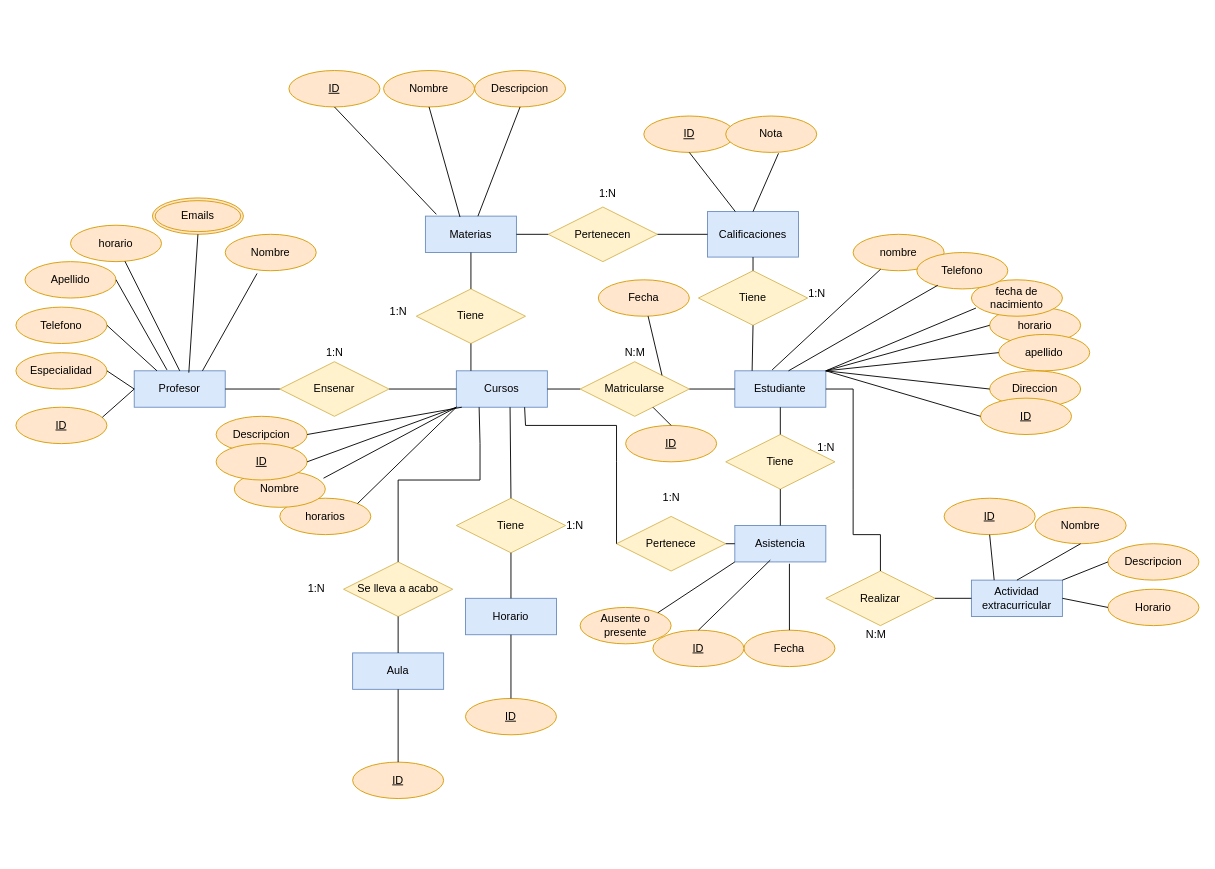
JVC0/Base-Datos keeps this draw.io diagram as Unidad1/Tareas/Tarea evaluada/Diagrama sin título.drawio. Above is the earlier version. Source tidied: cells renumbered, new cells numbered last; positions are measured from the earlier drawing's top-left corner, leaving out a move shared by most shapes. Both pictures are drawn from the tidied source at 91%, with x=0, y=0 at pixel (15, 70).
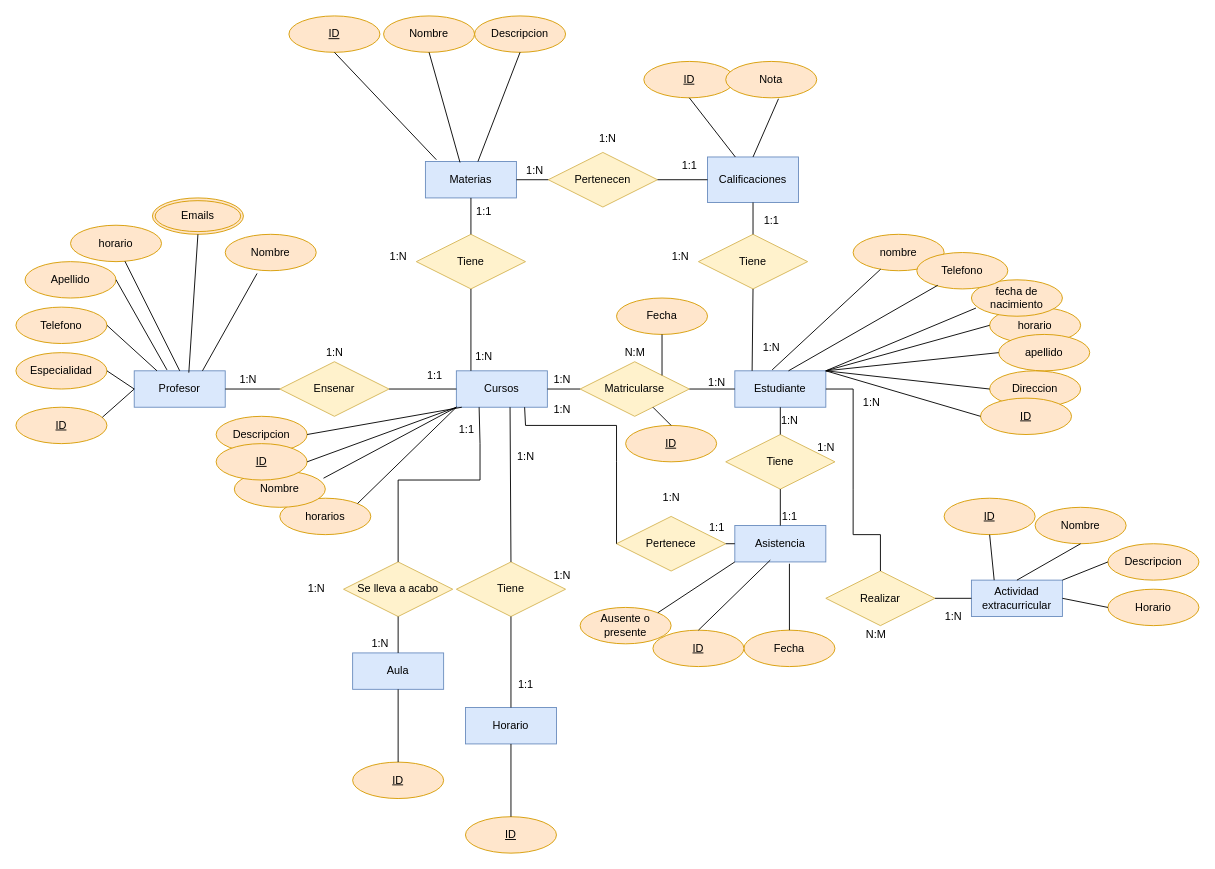
Above is the later version.

What changed in the source:
```diff
@@
     <mxCell id="4" value="Calificaciones" style="whiteSpace=wrap;html=1;align=center;fillColor=#dae8fc;strokeColor=#6c8ebf;" parent="1" vertex="1">
-      <mxGeometry x="760" y="155" width="100" height="50" as="geometry" />
+      <mxGeometry x="760" y="95" width="100" height="50" as="geometry" />
     </mxCell>
     <mxCell id="5" value="Materias" style="whiteSpace=wrap;html=1;align=center;fillColor=#dae8fc;strokeColor=#6c8ebf;" parent="1" vertex="1">
-      <mxGeometry x="450" y="160" width="100" height="40" as="geometry" />
+      <mxGeometry x="450" y="100" width="100" height="40" as="geometry" />
     </mxCell>
@@
     <mxCell id="11" value="Tiene" style="shape=rhombus;perimeter=rhombusPerimeter;whiteSpace=wrap;html=1;align=center;fillColor=#fff2cc;strokeColor=#d6b656;" parent="1" vertex="1">
-      <mxGeometry x="440" y="240" width="120" height="60" as="geometry" />
+      <mxGeometry x="440" y="180" width="120" height="60" as="geometry" />
     </mxCell>
@@
     <mxCell id="14" value="Tiene" style="shape=rhombus;perimeter=rhombusPerimeter;whiteSpace=wrap;html=1;align=center;fillColor=#fff2cc;strokeColor=#d6b656;" parent="1" vertex="1">
-      <mxGeometry x="484" y="470" width="120" height="60" as="geometry" />
+      <mxGeometry x="484" y="540" width="120" height="60" as="geometry" />
     </mxCell>
     <mxCell id="15" value="Horario" style="whiteSpace=wrap;html=1;align=center;fillColor=#dae8fc;strokeColor=#6c8ebf;" parent="1" vertex="1">
-      <mxGeometry x="494" y="580" width="100" height="40" as="geometry" />
+      <mxGeometry x="494" y="700" width="100" height="40" as="geometry" />
     </mxCell>
     <mxCell id="16" value="Tiene" style="shape=rhombus;perimeter=rhombusPerimeter;whiteSpace=wrap;html=1;align=center;fillColor=#fff2cc;strokeColor=#d6b656;" parent="1" vertex="1">
-      <mxGeometry x="750" y="220" width="120" height="60" as="geometry" />
+      <mxGeometry x="750" y="180" width="120" height="60" as="geometry" />
     </mxCell>
@@
     <mxCell id="22" value="Pertenecen" style="shape=rhombus;perimeter=rhombusPerimeter;whiteSpace=wrap;html=1;align=center;fillColor=#fff2cc;strokeColor=#d6b656;" parent="1" vertex="1">
-      <mxGeometry x="585" y="150" width="120" height="60" as="geometry" />
+      <mxGeometry x="585" y="90" width="120" height="60" as="geometry" />
     </mxCell>
@@
-    <mxCell id="26" style="endArrow=none;html=1;rounded=0;entryX=0.5;entryY=1;entryDx=0;entryDy=0;" parent="1" edge="1" source="11" target="5">
-      <mxGeometry relative="1" as="geometry" />
+    <mxCell id="26" style="endArrow=none;html=1;rounded=0;entryX=0.5;entryY=1;entryDx=0;entryDy=0;" parent="1" edge="1" target="5">
+      <mxGeometry relative="1" as="geometry">
+        <mxPoint x="500" y="180" as="sourcePoint" />
+      </mxGeometry>
     </mxCell>
@@
     <mxCell id="46" value="Fecha" style="ellipse;whiteSpace=wrap;html=1;align=center;fillColor=#ffe6cc;strokeColor=#d79b00;" parent="1" vertex="1">
-      <mxGeometry x="640" y="230" width="100" height="40" as="geometry" />
+      <mxGeometry x="660" y="250" width="100" height="40" as="geometry" />
     </mxCell>
@@
     <mxCell id="57" value="ID" style="ellipse;whiteSpace=wrap;html=1;align=center;fontStyle=4;fillColor=#ffe6cc;strokeColor=#d79b00;" parent="1" vertex="1">
-      <mxGeometry x="300" width="100" height="40" as="geometry" />
+      <mxGeometry x="300" y="-60" width="100" height="40" as="geometry" />
     </mxCell>
     <mxCell id="58" value="Nombre" style="ellipse;whiteSpace=wrap;html=1;align=center;fillColor=#ffe6cc;strokeColor=#d79b00;" parent="1" vertex="1">
-      <mxGeometry x="404" width="100" height="40" as="geometry" />
+      <mxGeometry x="404" y="-60" width="100" height="40" as="geometry" />
     </mxCell>
     <mxCell id="59" value="Descripcion" style="ellipse;whiteSpace=wrap;html=1;align=center;fillColor=#ffe6cc;strokeColor=#d79b00;" parent="1" vertex="1">
-      <mxGeometry x="504" width="100" height="40" as="geometry" />
+      <mxGeometry x="504" y="-60" width="100" height="40" as="geometry" />
     </mxCell>
@@
     <mxCell id="85" value="ID" style="ellipse;whiteSpace=wrap;html=1;align=center;fontStyle=4;fillColor=#ffe6cc;strokeColor=#d79b00;" parent="1" vertex="1">
-      <mxGeometry x="690" y="50" width="100" height="40" as="geometry" />
+      <mxGeometry x="690" y="-10" width="100" height="40" as="geometry" />
     </mxCell>
     <mxCell id="86" value="Nota" style="ellipse;whiteSpace=wrap;html=1;align=center;fillColor=#ffe6cc;strokeColor=#d79b00;" parent="1" vertex="1">
-      <mxGeometry x="780" y="50" width="100" height="40" as="geometry" />
+      <mxGeometry x="780" y="-10" width="100" height="40" as="geometry" />
     </mxCell>
@@
     <mxCell id="102" value="ID" style="ellipse;whiteSpace=wrap;html=1;align=center;fontStyle=4;fillColor=#ffe6cc;strokeColor=#d79b00;" parent="1" vertex="1">
-      <mxGeometry x="494" y="690" width="100" height="40" as="geometry" />
+      <mxGeometry x="494" y="820" width="100" height="40" as="geometry" />
     </mxCell>
@@
     <mxCell id="108" value="1:N" style="text;html=1;align=center;verticalAlign=middle;strokeColor=none;fillColor=none;" parent="1" vertex="1">
-      <mxGeometry x="400" y="250" width="40" height="30" as="geometry" />
+      <mxGeometry x="400" y="190" width="40" height="30" as="geometry" />
     </mxCell>
@@
     <mxCell id="110" value="1:N" style="text;html=1;align=center;verticalAlign=middle;strokeColor=none;fillColor=none;" parent="1" vertex="1">
-      <mxGeometry x="594" y="485" width="40" height="30" as="geometry" />
+      <mxGeometry x="580" y="540" width="40" height="30" as="geometry" />
     </mxCell>
     <mxCell id="111" value="1:N" style="text;html=1;align=center;verticalAlign=middle;strokeColor=none;fillColor=none;" parent="1" vertex="1">
-      <mxGeometry x="860" y="230" width="40" height="30" as="geometry" />
+      <mxGeometry x="810" y="290" width="40" height="30" as="geometry" />
     </mxCell>
@@
     <mxCell id="113" value="1:N" style="text;html=1;align=center;verticalAlign=middle;strokeColor=none;fillColor=none;" parent="1" vertex="1">
-      <mxGeometry x="630" y="120" width="40" height="30" as="geometry" />
+      <mxGeometry x="630" y="60" width="40" height="30" as="geometry" />
     </mxCell>
@@
+    <mxCell id="119" value="1:N" style="text;html=1;align=center;verticalAlign=middle;strokeColor=none;fillColor=none;" parent="1" vertex="1">
+      <mxGeometry x="750" y="328" width="40" height="30" as="geometry" />
+    </mxCell>
+    <mxCell id="120" value="1:N" style="text;html=1;align=center;verticalAlign=middle;strokeColor=none;fillColor=none;" parent="1" vertex="1">
+      <mxGeometry x="580" y="325" width="40" height="30" as="geometry" />
+    </mxCell>
+    <mxCell id="121" value="1:N" style="text;html=1;align=center;verticalAlign=middle;strokeColor=none;fillColor=none;" parent="1" vertex="1">
+      <mxGeometry x="235" y="325" width="40" height="30" as="geometry" />
+    </mxCell>
+    <mxCell id="122" value="1:1" style="text;html=1;align=center;verticalAlign=middle;strokeColor=none;fillColor=none;" parent="1" vertex="1">
+      <mxGeometry x="440" y="320" width="40" height="30" as="geometry" />
+    </mxCell>
+    <mxCell id="123" value="1:N" style="text;html=1;align=center;verticalAlign=middle;strokeColor=none;fillColor=none;" parent="1" vertex="1">
+      <mxGeometry x="494" y="300" width="40" height="30" as="geometry" />
+    </mxCell>
+    <mxCell id="124" value="1:1" style="text;html=1;align=center;verticalAlign=middle;strokeColor=none;fillColor=none;" parent="1" vertex="1">
+      <mxGeometry x="494" y="140" width="40" height="30" as="geometry" />
+    </mxCell>
+    <mxCell id="125" value="1:1" style="text;html=1;align=center;verticalAlign=middle;strokeColor=none;fillColor=none;" parent="1" vertex="1">
+      <mxGeometry x="475" y="380" width="40" height="30" as="geometry" />
+    </mxCell>
+    <mxCell id="126" value="1:N" style="text;html=1;align=center;verticalAlign=middle;strokeColor=none;fillColor=none;" parent="1" vertex="1">
+      <mxGeometry x="380" y="615" width="40" height="30" as="geometry" />
+    </mxCell>
+    <mxCell id="127" value="1:N" style="text;html=1;align=center;verticalAlign=middle;strokeColor=none;fillColor=none;" parent="1" vertex="1">
+      <mxGeometry x="540" y="410" width="40" height="30" as="geometry" />
+    </mxCell>
+    <mxCell id="128" value="1:1" style="text;html=1;align=center;verticalAlign=middle;strokeColor=none;fillColor=none;" parent="1" vertex="1">
+      <mxGeometry x="540" y="660" width="40" height="30" as="geometry" />
+    </mxCell>
+    <mxCell id="129" value="1:N" style="text;html=1;align=center;verticalAlign=middle;strokeColor=none;fillColor=none;" parent="1" vertex="1">
+      <mxGeometry x="710" y="190" width="40" height="30" as="geometry" />
+    </mxCell>
+    <mxCell id="130" value="1:1" style="text;html=1;align=center;verticalAlign=middle;strokeColor=none;fillColor=none;" parent="1" vertex="1">
+      <mxGeometry x="810" y="150" width="40" height="30" as="geometry" />
+    </mxCell>
+    <mxCell id="131" value="1:N" style="text;html=1;align=center;verticalAlign=middle;strokeColor=none;fillColor=none;" parent="1" vertex="1">
+      <mxGeometry x="830" y="370" width="40" height="30" as="geometry" />
+    </mxCell>
+    <mxCell id="132" value="1:1" style="text;html=1;align=center;verticalAlign=middle;strokeColor=none;fillColor=none;" parent="1" vertex="1">
+      <mxGeometry x="830" y="475" width="40" height="30" as="geometry" />
+    </mxCell>
+    <mxCell id="133" value="1:N" style="text;html=1;align=center;verticalAlign=middle;strokeColor=none;fillColor=none;" parent="1" vertex="1">
+      <mxGeometry x="1010" y="585" width="40" height="30" as="geometry" />
+    </mxCell>
+    <mxCell id="134" value="1:N" style="text;html=1;align=center;verticalAlign=middle;strokeColor=none;fillColor=none;" parent="1" vertex="1">
+      <mxGeometry x="920" y="350" width="40" height="30" as="geometry" />
+    </mxCell>
+    <mxCell id="135" value="1:1" style="text;html=1;align=center;verticalAlign=middle;strokeColor=none;fillColor=none;" parent="1" vertex="1">
+      <mxGeometry x="720" y="90" width="40" height="30" as="geometry" />
+    </mxCell>
+    <mxCell id="136" value="1:N" style="text;html=1;align=center;verticalAlign=middle;strokeColor=none;fillColor=none;" parent="1" vertex="1">
+      <mxGeometry x="550" y="95" width="40" height="30" as="geometry" />
+    </mxCell>
+    <mxCell id="137" value="1:N" style="text;html=1;align=center;verticalAlign=middle;strokeColor=none;fillColor=none;" parent="1" vertex="1">
+      <mxGeometry x="580" y="358" width="40" height="30" as="geometry" />
+    </mxCell>
+    <mxCell id="138" value="1:1" style="text;html=1;align=center;verticalAlign=middle;strokeColor=none;fillColor=none;" parent="1" vertex="1">
+      <mxGeometry x="750" y="488" width="40" height="30" as="geometry" />
+    </mxCell>
```
